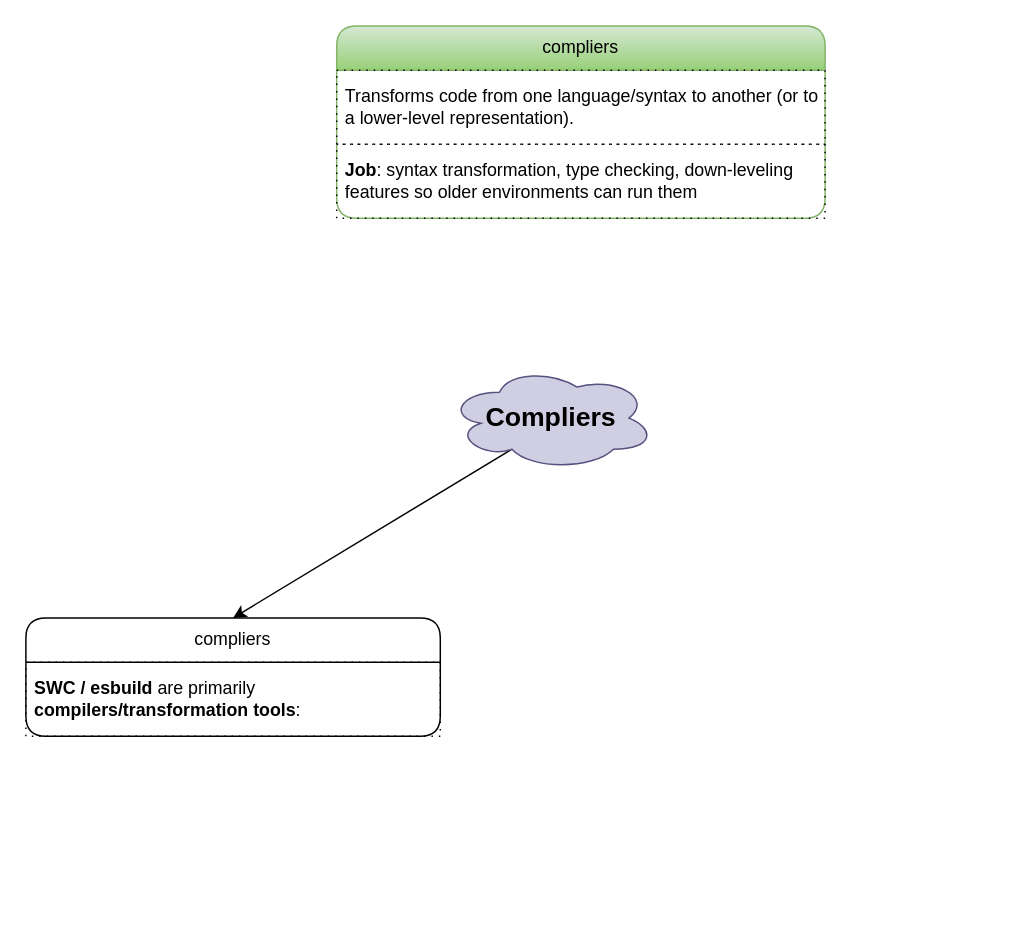
The draw.io diagram others/compilers/compliers.dio in knkrn5/Programming-Concepts, before the edit. Source tidied: cells renumbered, new cells numbered last; positions are measured from the earlier drawing's top-left corner, leaving out a move shared by most shapes. Both pictures are drawn from the tidied source at 148%, with x=0, y=0 at pixel (25, 25).
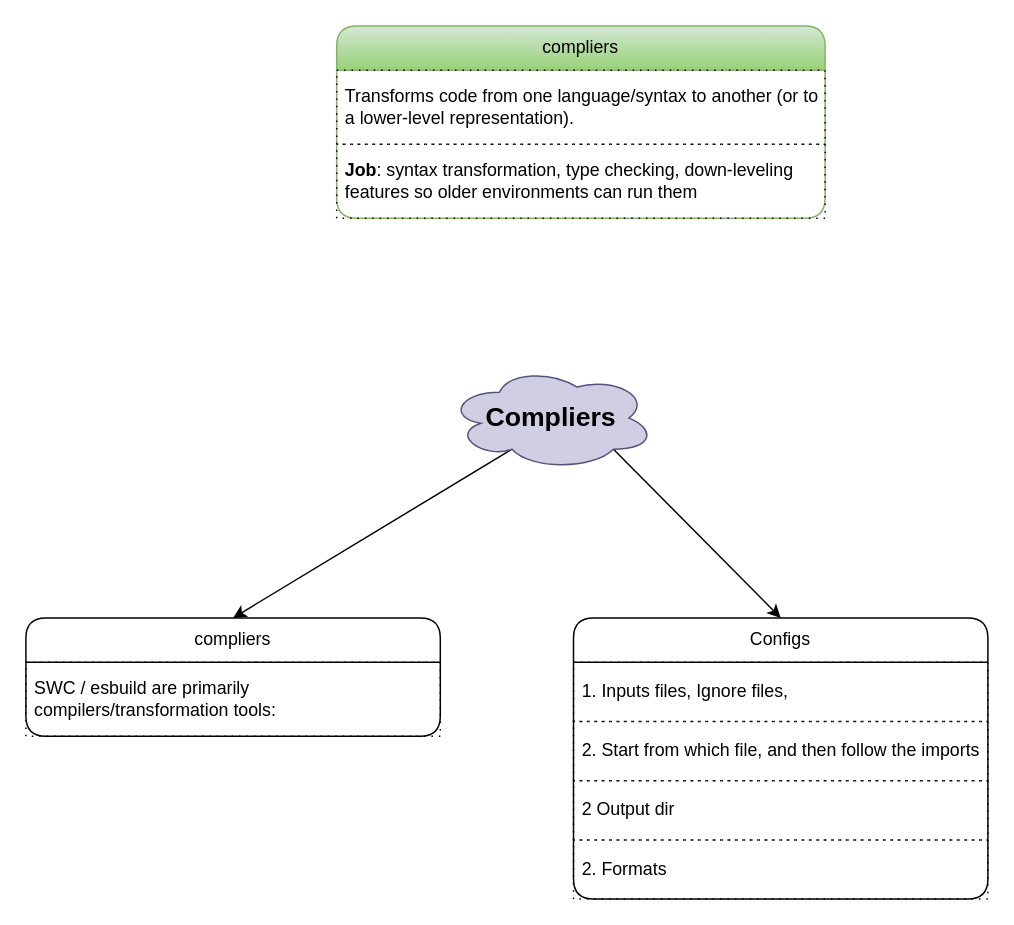
After the change.

Diff of the diagram source:
```diff
@@
 <mxGraphModel background="#ffffff">
   <root>
     <mxCell id="0" />
     <mxCell id="1" parent="0" />
     <mxCell id="2" style="edgeStyle=none;html=1;exitX=0.31;exitY=0.8;exitDx=0;exitDy=0;exitPerimeter=0;entryX=0.5;entryY=0;entryDx=0;entryDy=0;" parent="1" edge="1" source="3" target="4">
       <mxGeometry relative="1" as="geometry" />
     </mxCell>
+    <mxCell id="9" style="edgeStyle=none;html=1;exitX=0.8;exitY=0.8;exitDx=0;exitDy=0;exitPerimeter=0;entryX=0.5;entryY=0;entryDx=0;entryDy=0;" parent="1" edge="1" source="3" target="10">
+      <mxGeometry relative="1" as="geometry" />
+    </mxCell>
     <mxCell id="3" value="&lt;font style=&quot;font-size: 18px;&quot;&gt;&lt;b&gt;Compliers&lt;/b&gt;&lt;/font&gt;" style="ellipse;shape=cloud;whiteSpace=wrap;html=1;fillColor=#d0cee2;strokeColor=#56517e;" parent="1" vertex="1">
       <mxGeometry x="285" y="230" width="140" height="70" as="geometry" />
     </mxCell>
     <mxCell id="4" value="compliers" style="swimlane;fontStyle=0;horizontal=1;startSize=30;whiteSpace=wrap;html=1;rounded=1;" parent="1" vertex="1">
       <mxGeometry y="400" width="280" height="80" as="geometry" />
     </mxCell>
-    <mxCell id="5" value="&lt;strong&gt;SWC / esbuild&lt;/strong&gt; are primarily &lt;strong&gt;compilers/transformation tools&lt;/strong&gt;:" style="text;strokeColor=default;fillColor=none;align=left;verticalAlign=middle;spacingLeft=4;spacingRight=4;overflow=hidden;whiteSpace=wrap;html=1;dashed=1;dashPattern=1 4;" parent="4" vertex="1">
+    <mxCell id="5" value="&lt;span style=&quot;&quot;&gt;SWC / esbuild&lt;/span&gt; are primarily &lt;span style=&quot;&quot;&gt;compilers/transformation tools&lt;/span&gt;:" style="text;strokeColor=default;fillColor=none;align=left;verticalAlign=middle;spacingLeft=4;spacingRight=4;overflow=hidden;whiteSpace=wrap;html=1;dashed=1;dashPattern=1 4;" parent="4" vertex="1">
       <mxGeometry y="30" width="280" height="50" as="geometry" />
     </mxCell>
+    <mxCell id="10" value="Configs" style="swimlane;fontStyle=0;horizontal=1;startSize=30;whiteSpace=wrap;html=1;rounded=1;" parent="1" vertex="1">
+      <mxGeometry x="370" y="400" width="280" height="190" as="geometry" />
+    </mxCell>
+    <mxCell id="11" value="1. Inputs files, Ignore files,&amp;nbsp;" style="text;strokeColor=default;fillColor=none;align=left;verticalAlign=middle;spacingLeft=4;spacingRight=4;overflow=hidden;whiteSpace=wrap;html=1;dashed=1;dashPattern=1 4;" parent="10" vertex="1">
+      <mxGeometry y="30" width="280" height="40" as="geometry" />
+    </mxCell>
+    <mxCell id="12" value="2. Start from which file, and then follow the imports" style="text;strokeColor=default;fillColor=none;align=left;verticalAlign=middle;spacingLeft=4;spacingRight=4;overflow=hidden;whiteSpace=wrap;html=1;dashed=1;dashPattern=1 4;" parent="10" vertex="1">
+      <mxGeometry y="70" width="280" height="40" as="geometry" />
+    </mxCell>
+    <mxCell id="13" value="2 Output dir" style="text;strokeColor=default;fillColor=none;align=left;verticalAlign=middle;spacingLeft=4;spacingRight=4;overflow=hidden;whiteSpace=wrap;html=1;dashed=1;dashPattern=1 4;" parent="10" vertex="1">
+      <mxGeometry y="110" width="280" height="40" as="geometry" />
+    </mxCell>
+    <mxCell id="14" value="2. Formats" style="text;strokeColor=default;fillColor=none;align=left;verticalAlign=middle;spacingLeft=4;spacingRight=4;overflow=hidden;whiteSpace=wrap;html=1;dashed=1;dashPattern=1 4;" parent="10" vertex="1">
+      <mxGeometry y="150" width="280" height="40" as="geometry" />
+    </mxCell>
     <mxCell id="6" value="compliers" style="swimlane;fontStyle=0;horizontal=1;startSize=30;whiteSpace=wrap;html=1;rounded=1;fillColor=#d5e8d4;gradientColor=#97d077;strokeColor=#82b366;" parent="1" vertex="1">
       <mxGeometry x="210" width="330" height="130" as="geometry" />
     </mxCell>
     <mxCell id="7" value="Transforms code from one language/syntax to another (or to a lower-level representation)." style="text;strokeColor=default;fillColor=none;align=left;verticalAlign=middle;spacingLeft=4;spacingRight=4;overflow=hidden;whiteSpace=wrap;html=1;dashed=1;dashPattern=1 4;" parent="6" vertex="1">
       <mxGeometry y="30" width="330" height="50" as="geometry" />
     </mxCell>
     <mxCell id="8" value="&lt;strong&gt;Job&lt;/strong&gt;: syntax transformation, type checking, down-leveling features so older environments can run them" style="text;strokeColor=default;fillColor=none;align=left;verticalAlign=middle;spacingLeft=4;spacingRight=4;overflow=hidden;whiteSpace=wrap;html=1;dashed=1;dashPattern=1 4;" parent="6" vertex="1">
       <mxGeometry y="80" width="330" height="50" as="geometry" />
     </mxCell>
   </root>
 </mxGraphModel>
```
